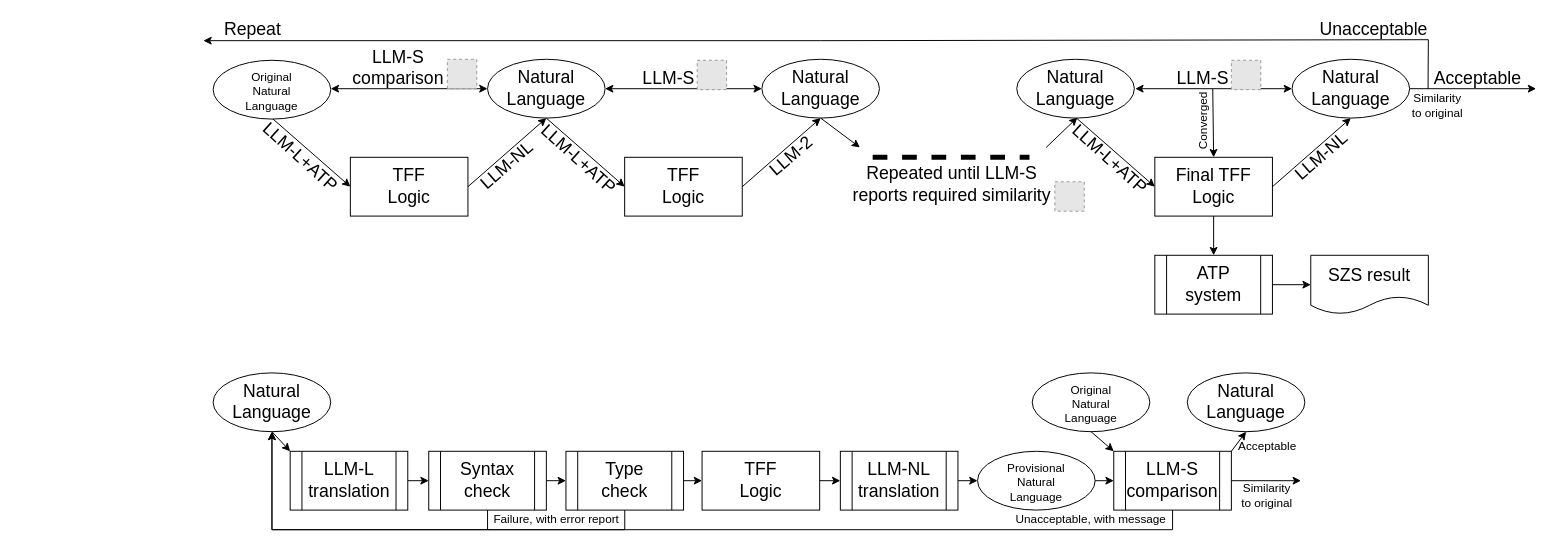
This is 2026_FLAIRS-39/Architecture.drawio from GeoffsPapers/ShZZaM, a draw.io file, before an edit. Source tidied: cells renumbered, new cells numbered last; positions are measured from the earlier drawing's top-left corner, leaving out a move shared by most shapes. Both pictures are drawn from the tidied source at 98%, with x=0, y=0 at pixel (203, 18). Pictures stored in the file or linked from it are replaced by grey dashed boxes.
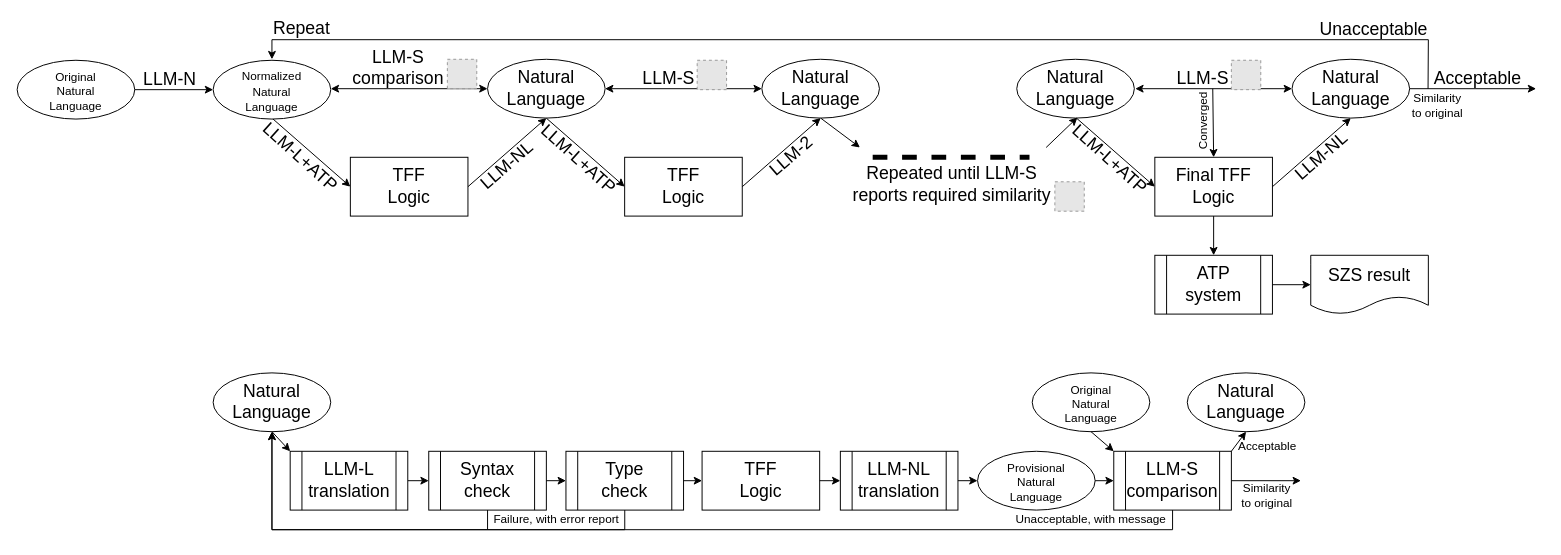
After the change.

Change to the diagram source:
```diff
@@
     <mxCell id="70" style="endArrow=classic;html=1;rounded=0;exitX=0.341;exitY=-0.097;exitDx=0;exitDy=0;exitPerimeter=0;" parent="1" edge="1">
       <mxGeometry relative="1" as="geometry">
         <mxPoint x="1249.7" y="72.1" as="sourcePoint" />
-        <mxPoint y="23" as="targetPoint" />
+        <mxPoint x="70" y="42" as="targetPoint" />
         <Array as="points">
           <mxPoint x="1250" y="22" />
-          <mxPoint x="630" y="23" />
+          <mxPoint x="70" y="22" />
         </Array>
       </mxGeometry>
     </mxCell>
-    <mxCell id="71" value="&lt;div style=&quot;line-height: 80%;&quot;&gt;&lt;font style=&quot;font-size: 12px; line-height: 80%;&quot;&gt;Original&lt;/font&gt;&lt;div&gt;&lt;font style=&quot;font-size: 12px; line-height: 80%;&quot;&gt;Natural&lt;/font&gt;&lt;div&gt;&lt;font style=&quot;font-size: 12px; line-height: 80%;&quot;&gt;Language&lt;/font&gt;&lt;/div&gt;&lt;/div&gt;&lt;/div&gt;" style="ellipse;whiteSpace=wrap;html=1;fontSize=18;" parent="1" vertex="1">
+    <mxCell id="71" value="&lt;div style=&quot;line-height: 80%;&quot;&gt;&lt;span style=&quot;font-size: 12px;&quot;&gt;Normalized&lt;/span&gt;&lt;br&gt;&lt;div&gt;&lt;font style=&quot;font-size: 12px; line-height: 80%;&quot;&gt;Natural&lt;/font&gt;&lt;div&gt;&lt;font style=&quot;font-size: 12px; line-height: 80%;&quot;&gt;Language&lt;/font&gt;&lt;/div&gt;&lt;/div&gt;&lt;/div&gt;" style="ellipse;whiteSpace=wrap;html=1;fontSize=18;" parent="1" vertex="1">
       <mxGeometry x="10" y="43" width="120" height="60" as="geometry" />
     </mxCell>
@@
     <mxCell id="73" value="&lt;span style=&quot;font-size: 18px;&quot;&gt;Repeat&lt;/span&gt;" style="text;html=1;whiteSpace=wrap;strokeColor=none;fillColor=none;align=center;verticalAlign=middle;rounded=0;rotation=0;" parent="1" vertex="1">
-      <mxGeometry width="101.1" height="24.8" as="geometry" />
+      <mxGeometry x="50" y="-1" width="101.1" height="24.8" as="geometry" />
     </mxCell>
@@
+    <mxCell id="75" value="&lt;div style=&quot;line-height: 80%;&quot;&gt;&lt;font style=&quot;font-size: 12px; line-height: 80%;&quot;&gt;Original&lt;/font&gt;&lt;div&gt;&lt;font style=&quot;font-size: 12px; line-height: 80%;&quot;&gt;Natural&lt;/font&gt;&lt;div&gt;&lt;font style=&quot;font-size: 12px; line-height: 80%;&quot;&gt;Language&lt;/font&gt;&lt;/div&gt;&lt;/div&gt;&lt;/div&gt;" style="ellipse;whiteSpace=wrap;html=1;fontSize=18;" parent="1" vertex="1">
+      <mxGeometry x="-190" y="43" width="120" height="60" as="geometry" />
+    </mxCell>
+    <mxCell id="76" style="endArrow=classic;html=1;rounded=0;entryX=0;entryY=0.5;entryDx=0;entryDy=0;exitX=1;exitY=0.5;exitDx=0;exitDy=0;" parent="1" edge="1" source="75" target="71">
+      <mxGeometry relative="1" as="geometry" />
+    </mxCell>
+    <mxCell id="77" value="&lt;font style=&quot;font-size: 18px;&quot;&gt;LLM-N&lt;/font&gt;" style="text;html=1;whiteSpace=wrap;strokeColor=none;fillColor=none;align=center;verticalAlign=middle;rounded=0;rotation=0;" parent="1" vertex="1">
+      <mxGeometry x="-88" y="48" width="108.1" height="30" as="geometry" />
+    </mxCell>
```
